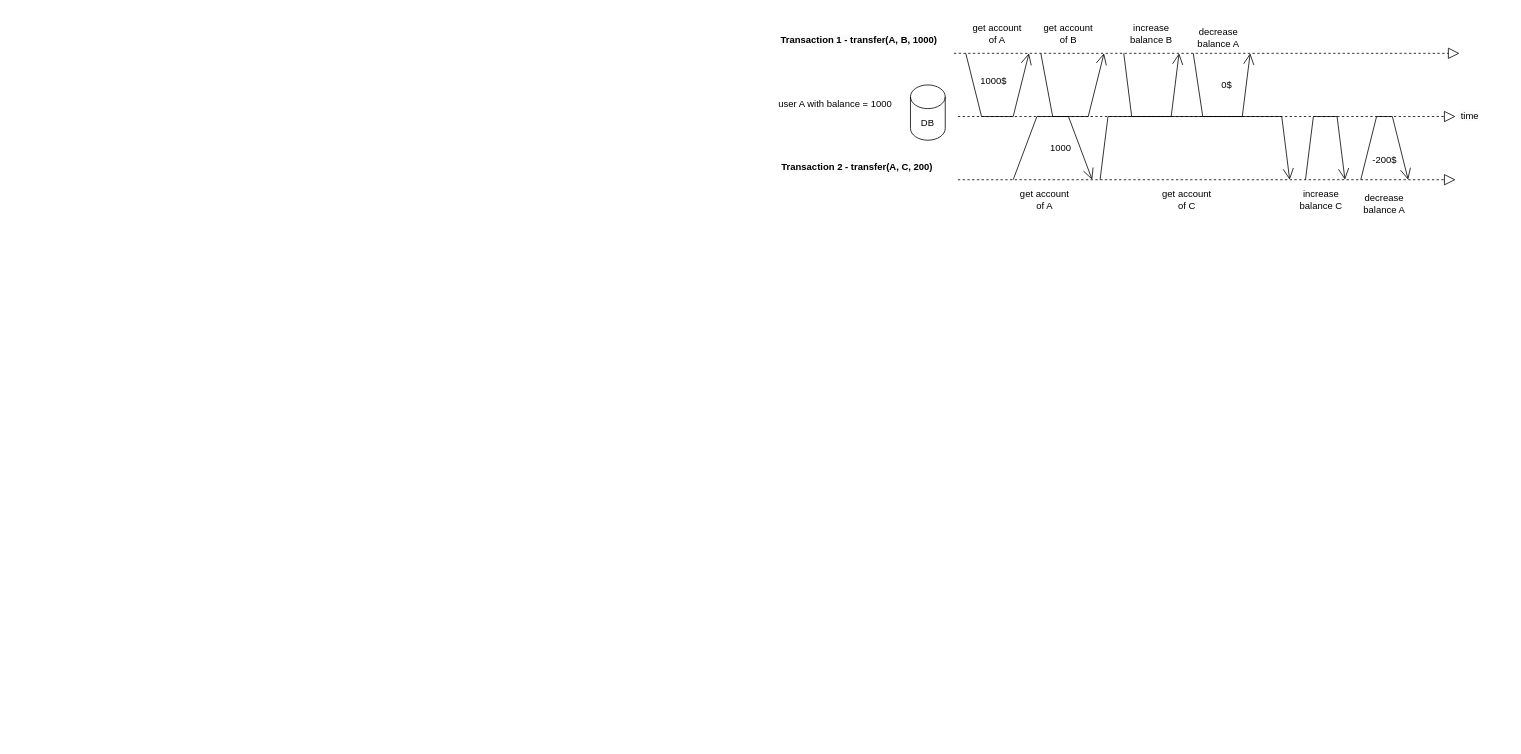
Before: design-patern-test/design patern test.drawio in 15520529/draw-io, a draw.io diagram. Source tidied: cells renumbered, new cells numbered last; positions are measured from the earlier drawing's top-left corner, leaving out a move shared by most shapes. Both pictures are drawn from the tidied source at 79%, with x=0, y=0 at pixel (756, 13).
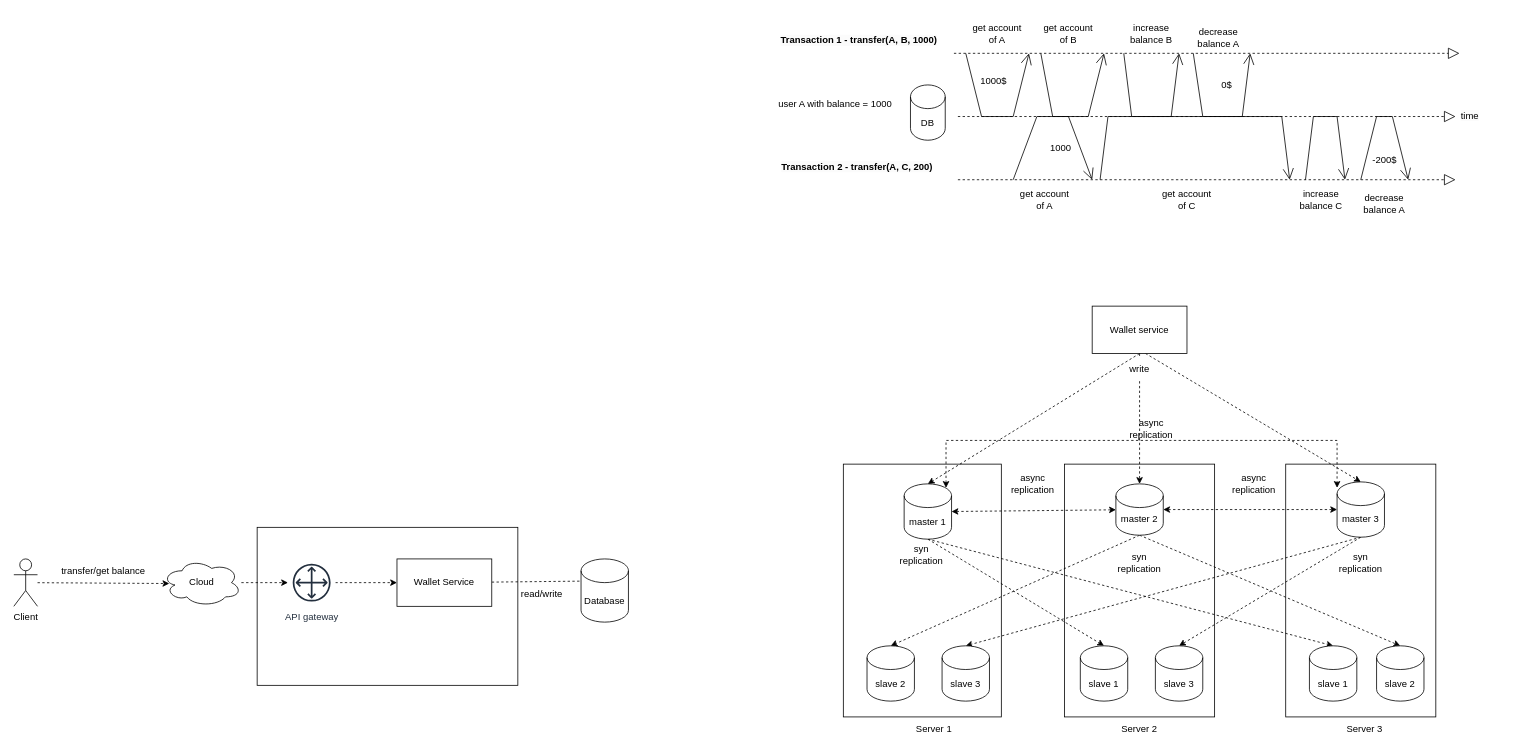
Above is the later version.

Commit message:
Cập nhật design patern test.drawio

Change to the diagram source:
```diff
@@
+    <mxCell id="30" style="rounded=0;whiteSpace=wrap;html=1;" parent="1" vertex="1">
+      <mxGeometry x="-632" y="650" width="330" height="200" as="geometry" />
+    </mxCell>
+    <mxCell id="31" style="rounded=0;whiteSpace=wrap;html=1;" parent="1" vertex="1">
+      <mxGeometry x="670" y="570" width="190" height="320" as="geometry" />
+    </mxCell>
+    <mxCell id="32" style="rounded=0;whiteSpace=wrap;html=1;" parent="1" vertex="1">
+      <mxGeometry x="390" y="570" width="190" height="320" as="geometry" />
+    </mxCell>
@@
+    <mxCell id="33" style="rounded=0;whiteSpace=wrap;html=1;" parent="1" vertex="1">
+      <mxGeometry x="110" y="570" width="200" height="320" as="geometry" />
+    </mxCell>
+    <mxCell id="34" style="edgeStyle=none;rounded=0;jettySize=auto;html=1;entryX=0.5;entryY=0;entryDx=0;entryDy=0;entryPerimeter=0;exitX=0.5;exitY=1;exitDx=0;exitDy=0;exitPerimeter=0;dashed=1;" parent="1" edge="1" source="36" target="44">
+      <mxGeometry relative="1" as="geometry" />
+    </mxCell>
+    <mxCell id="35" style="edgeStyle=none;rounded=0;jettySize=auto;html=1;entryX=0.5;entryY=0;entryDx=0;entryDy=0;entryPerimeter=0;exitX=0.5;exitY=1;exitDx=0;exitDy=0;exitPerimeter=0;dashed=1;" parent="1" edge="1" source="36" target="45">
+      <mxGeometry relative="1" as="geometry" />
+    </mxCell>
+    <mxCell id="36" value="master 1" style="shape=cylinder3;whiteSpace=wrap;html=1;boundedLbl=1;backgroundOutline=1;size=15;" parent="1" vertex="1">
+      <mxGeometry x="187" y="595" width="60" height="70" as="geometry" />
+    </mxCell>
+    <mxCell id="37" style="edgeStyle=none;rounded=0;jettySize=auto;html=1;entryX=0.5;entryY=0;entryDx=0;entryDy=0;entryPerimeter=0;exitX=0.5;exitY=1;exitDx=0;exitDy=0;exitPerimeter=0;dashed=1;" parent="1" edge="1" source="39" target="43">
+      <mxGeometry relative="1" as="geometry" />
+    </mxCell>
+    <mxCell id="38" style="edgeStyle=none;rounded=0;jettySize=auto;html=1;exitX=0.5;exitY=1;exitDx=0;exitDy=0;exitPerimeter=0;entryX=0.5;entryY=0;entryDx=0;entryDy=0;entryPerimeter=0;dashed=1;" parent="1" edge="1" source="39" target="48">
+      <mxGeometry relative="1" as="geometry" />
+    </mxCell>
+    <mxCell id="39" value="master 2" style="shape=cylinder3;whiteSpace=wrap;html=1;boundedLbl=1;backgroundOutline=1;size=15;" parent="1" vertex="1">
+      <mxGeometry x="455" y="595" width="60" height="65" as="geometry" />
+    </mxCell>
+    <mxCell id="40" style="edgeStyle=none;rounded=0;jettySize=auto;html=1;entryX=0.5;entryY=0;entryDx=0;entryDy=0;entryPerimeter=0;exitX=0.5;exitY=1;exitDx=0;exitDy=0;exitPerimeter=0;dashed=1;" parent="1" edge="1" source="42" target="46">
+      <mxGeometry relative="1" as="geometry" />
+    </mxCell>
+    <mxCell id="41" style="edgeStyle=none;rounded=0;jettySize=auto;html=1;entryX=0.5;entryY=0;entryDx=0;entryDy=0;entryPerimeter=0;exitX=0.5;exitY=1;exitDx=0;exitDy=0;exitPerimeter=0;dashed=1;" parent="1" edge="1" source="42" target="47">
+      <mxGeometry relative="1" as="geometry" />
+    </mxCell>
+    <mxCell id="42" value="master 3" style="shape=cylinder3;whiteSpace=wrap;html=1;boundedLbl=1;backgroundOutline=1;size=15;" parent="1" vertex="1">
+      <mxGeometry x="735" y="592.5" width="60" height="70" as="geometry" />
+    </mxCell>
+    <mxCell id="43" value="slave 2" style="shape=cylinder3;whiteSpace=wrap;html=1;boundedLbl=1;backgroundOutline=1;size=15;" parent="1" vertex="1">
+      <mxGeometry x="140" y="800" width="60" height="70" as="geometry" />
+    </mxCell>
+    <mxCell id="44" value="slave 1" style="shape=cylinder3;whiteSpace=wrap;html=1;boundedLbl=1;backgroundOutline=1;size=15;" parent="1" vertex="1">
+      <mxGeometry x="410" y="800" width="60" height="70" as="geometry" />
+    </mxCell>
+    <mxCell id="45" value="slave 1" style="shape=cylinder3;whiteSpace=wrap;html=1;boundedLbl=1;backgroundOutline=1;size=15;" parent="1" vertex="1">
+      <mxGeometry x="700" y="800" width="60" height="70" as="geometry" />
+    </mxCell>
+    <mxCell id="46" value="slave 3" style="shape=cylinder3;whiteSpace=wrap;html=1;boundedLbl=1;backgroundOutline=1;size=15;" parent="1" vertex="1">
+      <mxGeometry x="235" y="800" width="60" height="70" as="geometry" />
+    </mxCell>
+    <mxCell id="47" value="slave 3" style="shape=cylinder3;whiteSpace=wrap;html=1;boundedLbl=1;backgroundOutline=1;size=15;" parent="1" vertex="1">
+      <mxGeometry x="505" y="800" width="60" height="70" as="geometry" />
+    </mxCell>
+    <mxCell id="48" value="slave 2" style="shape=cylinder3;whiteSpace=wrap;html=1;boundedLbl=1;backgroundOutline=1;size=15;" parent="1" vertex="1">
+      <mxGeometry x="785" y="800" width="60" height="70" as="geometry" />
+    </mxCell>
+    <mxCell id="49" value="syn replication" style="text;html=1;strokeColor=none;fillColor=none;align=center;verticalAlign=middle;whiteSpace=wrap;rounded=0;" parent="1" vertex="1">
+      <mxGeometry x="455" y="680" width="60" height="30" as="geometry" />
+    </mxCell>
+    <mxCell id="50" value="syn replication" style="text;html=1;strokeColor=none;fillColor=none;align=center;verticalAlign=middle;whiteSpace=wrap;rounded=0;" parent="1" vertex="1">
+      <mxGeometry x="735" y="680" width="60" height="30" as="geometry" />
+    </mxCell>
+    <mxCell id="51" value="syn replication" style="text;html=1;strokeColor=none;fillColor=none;align=center;verticalAlign=middle;whiteSpace=wrap;rounded=0;" parent="1" vertex="1">
+      <mxGeometry x="179" y="670" width="60" height="30" as="geometry" />
+    </mxCell>
+    <mxCell id="52" style="endArrow=classic;startArrow=classic;html=1;rounded=0;dashed=1;exitX=1;exitY=0.5;exitDx=0;exitDy=0;exitPerimeter=0;" parent="1" edge="1" source="36" target="39">
+      <mxGeometry relative="1" as="geometry" />
+    </mxCell>
+    <mxCell id="53" style="endArrow=classic;startArrow=classic;html=1;rounded=0;dashed=1;exitX=1;exitY=0.5;exitDx=0;exitDy=0;exitPerimeter=0;entryX=0;entryY=0.5;entryDx=0;entryDy=0;entryPerimeter=0;" parent="1" edge="1" source="39" target="42">
+      <mxGeometry relative="1" as="geometry" />
+    </mxCell>
+    <mxCell id="54" value="async replication" style="text;html=1;strokeColor=none;fillColor=none;align=center;verticalAlign=middle;whiteSpace=wrap;rounded=0;" parent="1" vertex="1">
+      <mxGeometry x="320" y="580" width="60" height="30" as="geometry" />
+    </mxCell>
+    <mxCell id="55" value="async replication" style="text;html=1;strokeColor=none;fillColor=none;align=center;verticalAlign=middle;whiteSpace=wrap;rounded=0;" parent="1" vertex="1">
+      <mxGeometry x="600" y="580" width="60" height="30" as="geometry" />
+    </mxCell>
+    <mxCell id="56" style="endArrow=classic;startArrow=classic;html=1;rounded=0;dashed=1;" parent="1" edge="1">
+      <mxGeometry relative="1" as="geometry">
+        <mxPoint x="240" y="600" as="sourcePoint" />
+        <mxPoint x="735" y="600" as="targetPoint" />
+        <Array as="points">
+          <mxPoint x="240" y="540" />
+          <mxPoint x="500" y="540" />
+          <mxPoint x="735" y="540" />
+        </Array>
+      </mxGeometry>
+    </mxCell>
+    <mxCell id="57" value="async replication" style="text;html=1;strokeColor=none;fillColor=none;align=center;verticalAlign=middle;whiteSpace=wrap;rounded=0;" parent="1" vertex="1">
+      <mxGeometry x="470" y="510" width="60" height="30" as="geometry" />
+    </mxCell>
+    <mxCell id="58" style="edgeStyle=none;rounded=0;jettySize=auto;html=1;entryX=0.172;entryY=0.35;entryDx=0;entryDy=0;entryPerimeter=0;dashed=1;" parent="1" edge="1" source="59" target="60">
+      <mxGeometry relative="1" as="geometry" />
+    </mxCell>
+    <mxCell id="59" value="Wallet Service" style="rounded=0;whiteSpace=wrap;html=1;" parent="1" vertex="1">
+      <mxGeometry x="-455" y="690" width="120" height="60" as="geometry" />
+    </mxCell>
+    <mxCell id="60" value="Database" style="shape=cylinder3;whiteSpace=wrap;html=1;boundedLbl=1;backgroundOutline=1;size=15;" parent="1" vertex="1">
+      <mxGeometry x="-222" y="690" width="60" height="80" as="geometry" />
+    </mxCell>
+    <mxCell id="61" style="edgeStyle=none;rounded=0;jettySize=auto;html=1;dashed=1;" parent="1" edge="1" source="62" target="59">
+      <mxGeometry relative="1" as="geometry" />
+    </mxCell>
+    <mxCell id="62" value="API gateway" style="sketch=0;outlineConnect=0;fontColor=#232F3E;gradientColor=none;strokeColor=#232F3E;fillColor=#ffffff;dashed=0;verticalLabelPosition=bottom;verticalAlign=top;align=center;html=1;fontSize=12;fontStyle=0;shape=mxgraph.aws4.resourceIcon;resIcon=mxgraph.aws4.customer_gateway;" parent="1" vertex="1">
+      <mxGeometry x="-593" y="690" width="60" height="60" as="geometry" />
+    </mxCell>
+    <mxCell id="63" style="edgeStyle=none;rounded=0;jettySize=auto;html=1;entryX=0.088;entryY=0.519;entryDx=0;entryDy=0;entryPerimeter=0;dashed=1;" parent="1" edge="1" source="64" target="66">
+      <mxGeometry relative="1" as="geometry" />
+    </mxCell>
+    <mxCell id="64" value="Client" style="shape=umlActor;verticalLabelPosition=bottom;verticalAlign=top;html=1;outlineConnect=0;" parent="1" vertex="1">
+      <mxGeometry x="-940" y="690" width="30" height="60" as="geometry" />
+    </mxCell>
+    <mxCell id="65" style="edgeStyle=none;rounded=0;jettySize=auto;html=1;dashed=1;" parent="1" edge="1" source="66" target="62">
+      <mxGeometry relative="1" as="geometry" />
+    </mxCell>
+    <mxCell id="66" value="Cloud" style="ellipse;shape=cloud;whiteSpace=wrap;html=1;align=center;" parent="1" vertex="1">
+      <mxGeometry x="-752" y="690" width="100" height="60" as="geometry" />
+    </mxCell>
+    <mxCell id="67" value="read/write" style="text;html=1;align=center;verticalAlign=middle;strokeColor=none;fillColor=none;" parent="1" vertex="1">
+      <mxGeometry x="-312" y="720" width="80" height="30" as="geometry" />
+    </mxCell>
+    <mxCell id="68" value="transfer/get balance" style="text;html=1;align=center;verticalAlign=middle;strokeColor=none;fillColor=none;" parent="1" vertex="1">
+      <mxGeometry x="-892" y="690" width="130" height="30" as="geometry" />
+    </mxCell>
+    <mxCell id="69" style="edgeStyle=none;rounded=0;jettySize=auto;html=1;entryX=0.5;entryY=0;entryDx=0;entryDy=0;entryPerimeter=0;dashed=1;exitX=0.5;exitY=1;exitDx=0;exitDy=0;" parent="1" edge="1" source="72" target="36">
+      <mxGeometry relative="1" as="geometry" />
+    </mxCell>
+    <mxCell id="70" style="edgeStyle=none;rounded=0;jettySize=auto;html=1;entryX=0.5;entryY=0;entryDx=0;entryDy=0;entryPerimeter=0;dashed=1;startArrow=none;" parent="1" edge="1" source="74" target="39">
+      <mxGeometry relative="1" as="geometry" />
+    </mxCell>
+    <mxCell id="71" style="edgeStyle=none;rounded=0;jettySize=auto;html=1;entryX=0.5;entryY=0;entryDx=0;entryDy=0;entryPerimeter=0;dashed=1;exitX=0.562;exitY=0.998;exitDx=0;exitDy=0;exitPerimeter=0;" parent="1" edge="1" source="72" target="42">
+      <mxGeometry relative="1" as="geometry" />
+    </mxCell>
+    <mxCell id="72" value="Wallet service" style="rounded=0;whiteSpace=wrap;html=1;" parent="1" vertex="1">
+      <mxGeometry x="425" y="370" width="120" height="60" as="geometry" />
+    </mxCell>
+    <mxCell id="73" style="edgeStyle=none;rounded=0;jettySize=auto;html=1;entryX=0.5;entryY=0;entryDx=0;entryDy=0;entryPerimeter=0;dashed=1;endArrow=none;" parent="1" edge="1" source="72" target="74">
+      <mxGeometry relative="1" as="geometry" />
+    </mxCell>
+    <mxCell id="74" value="write" style="text;html=1;strokeColor=none;fillColor=none;align=center;verticalAlign=middle;whiteSpace=wrap;rounded=0;" parent="1" vertex="1">
+      <mxGeometry x="455" y="435" width="60" height="30" as="geometry" />
+    </mxCell>
+    <mxCell id="75" value="Server 1" style="text;html=1;strokeColor=none;fillColor=none;align=center;verticalAlign=middle;whiteSpace=wrap;rounded=0;" parent="1" vertex="1">
+      <mxGeometry x="195" y="890" width="60" height="30" as="geometry" />
+    </mxCell>
+    <mxCell id="76" value="Server 2" style="text;html=1;strokeColor=none;fillColor=none;align=center;verticalAlign=middle;whiteSpace=wrap;rounded=0;" parent="1" vertex="1">
+      <mxGeometry x="455" y="890" width="60" height="30" as="geometry" />
+    </mxCell>
+    <mxCell id="77" value="Server 3" style="text;html=1;strokeColor=none;fillColor=none;align=center;verticalAlign=middle;whiteSpace=wrap;rounded=0;" parent="1" vertex="1">
+      <mxGeometry x="740" y="890" width="60" height="30" as="geometry" />
+    </mxCell>
```
